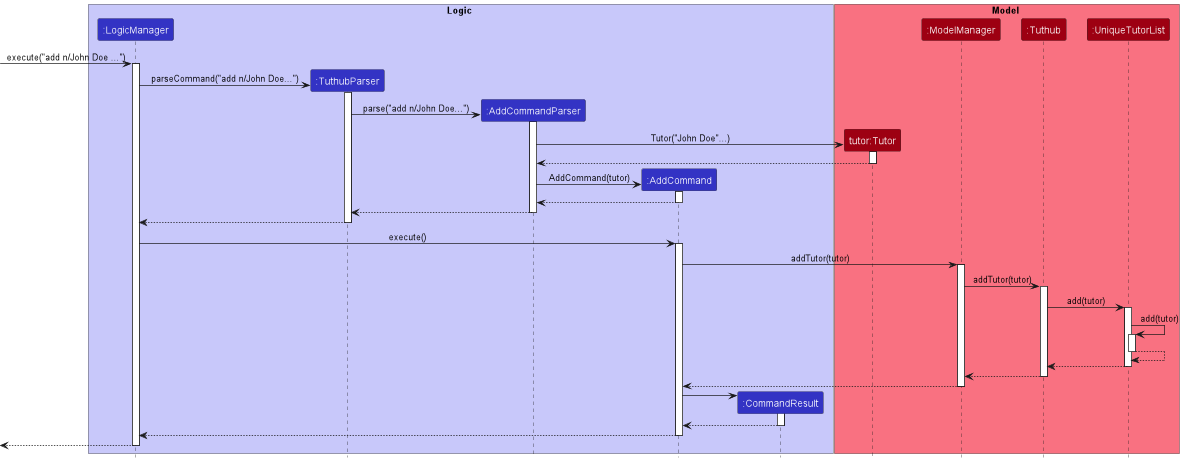
Earlier version of the PlantUML export docs/images/AddSequenceDiagram.png (nus-cs2103-AY2223S1/tp).
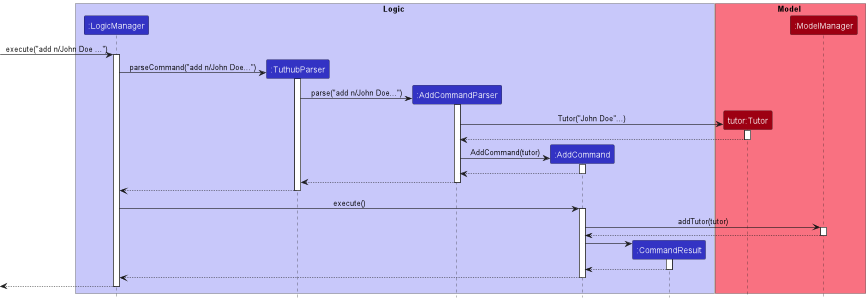
Above is the later version.

Diff of the diagram source:
```diff
@@ -12,8 +12,6 @@
 box Model MODEL_COLOR_T1
 participant "tutor:Tutor" as Tutor MODEL_COLOR
 participant ":ModelManager" as ModelManager MODEL_COLOR
-participant ":Tuthub" as Tuthub MODEL_COLOR
-participant ":UniqueTutorList" as UniqueTutorList MODEL_COLOR
 end box
 
 [-> LogicManager: execute("add n/John Doe ...")
@@ -53,24 +51,6 @@
 AddCommand -> ModelManager : addTutor(tutor)
 activate ModelManager
 
-ModelManager -> Tuthub : addTutor(tutor)
-activate Tuthub
-
-Tuthub -> UniqueTutorList: add(tutor)
-activate UniqueTutorList
-
-UniqueTutorList -> UniqueTutorList : add(tutor)
-activate UniqueTutorList
-
-UniqueTutorList --> UniqueTutorList
-deactivate UniqueTutorList
-
-UniqueTutorList --> Tuthub
-deactivate UniqueTutorList
-
-Tuthub --> ModelManager
-deactivate Tuthub
-
 ModelManager --> AddCommand
 deactivate ModelManager
 
```
